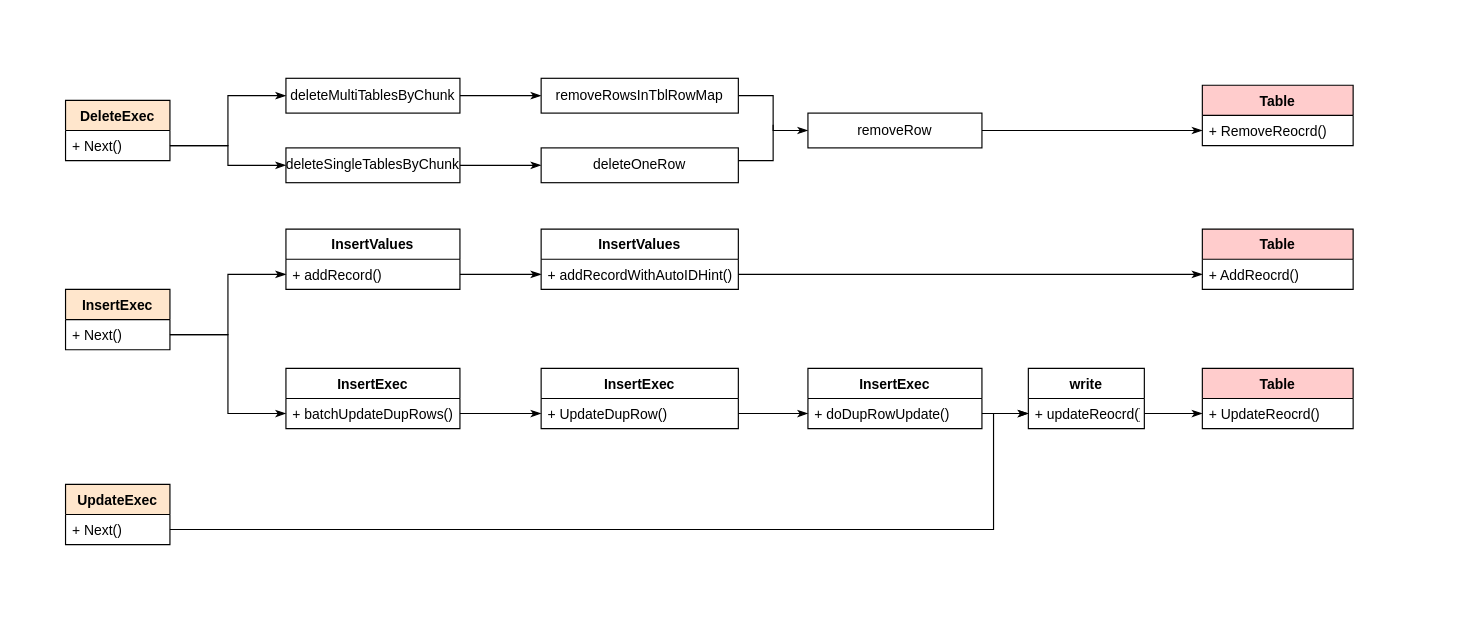
Above: TiDB/tidb-transaction-5.drawio in szza/szza.github.io.images (draw.io), before the change. Source tidied: cells renumbered, new cells numbered last; positions are measured from the earlier drawing's top-left corner, leaving out a move shared by most shapes. Both pictures are drawn from the tidied source at 116%, with x=0, y=0 at pixel (65, 78).
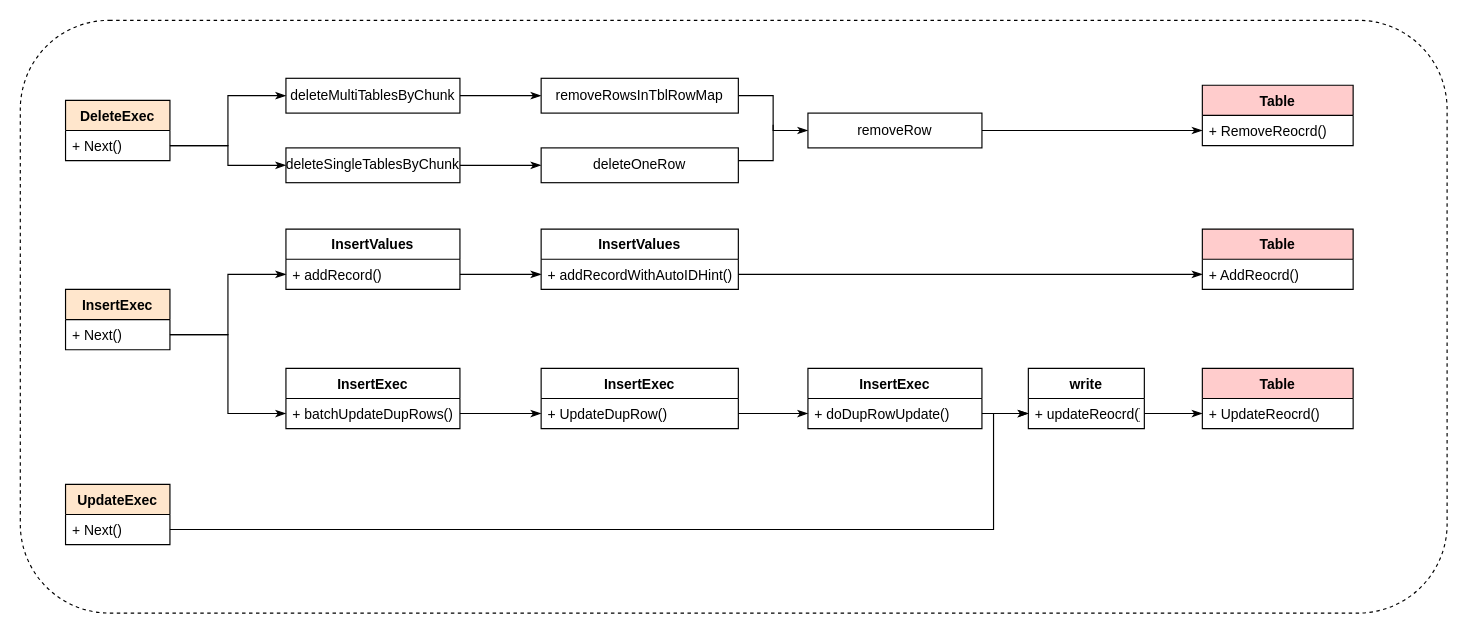
The same diagram, later.

Commit message (it also covers changes not shown here):
update tidb transaction images

What changed in the source:
```diff
@@
+    <mxCell id="47" style="rounded=1;whiteSpace=wrap;html=1;fillColor=none;dashed=1;" parent="1" vertex="1">
+      <mxGeometry x="-39" y="-50" width="1230" height="511" as="geometry" />
+    </mxCell>
```
